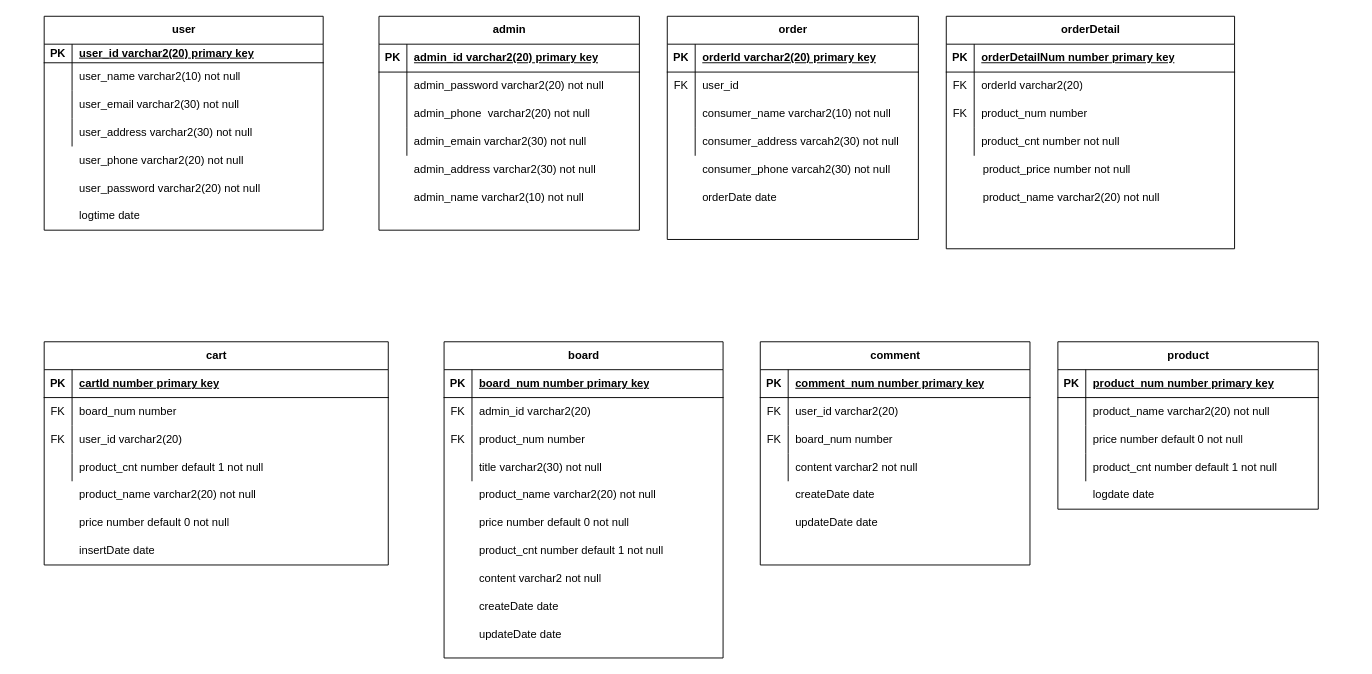
Earlier version of the draw.io diagram 제목 없는 다이어그램.drawio (jjh319/Homework). Source tidied: cells renumbered, new cells numbered last; positions are measured from the earlier drawing's top-left corner, leaving out a move shared by most shapes. Both pictures are drawn from the tidied source at 93%, with x=0, y=0 at pixel (16, 16).
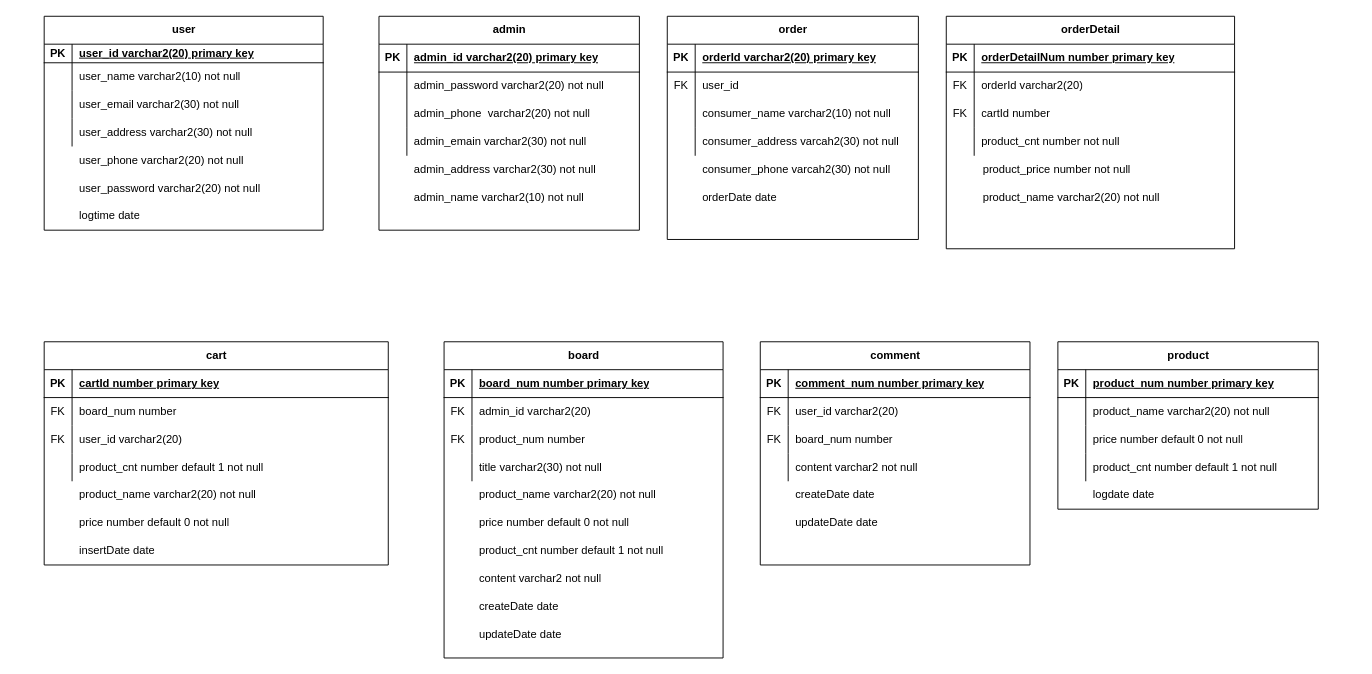
The same page after the edit.

Commit message:
테이블 설계 수정

Unchanged cells that the change refers to:
```xml
<mxCell id="51" style="shape=tableRow;horizontal=0;startSize=0;swimlaneHead=0;swimlaneBody=0;fillColor=none;top=0;left=0;right=0;bottom=0;" parent="44" vertex="1">
  <mxGeometry y="90" width="310" height="30" as="geometry" />
</mxCell>
```

The edit, as a diff of the source:
```diff
@@
-    <mxCell id="53" value="product_num number" style="shape=partialRectangle;fillColor=none;top=0;left=0;bottom=0;right=0;align=left;spacingLeft=6;overflow=hidden;whiteSpace=wrap;html=1;" parent="51" vertex="1">
+    <mxCell id="53" value="cartId number" style="shape=partialRectangle;fillColor=none;top=0;left=0;bottom=0;right=0;align=left;spacingLeft=6;overflow=hidden;whiteSpace=wrap;html=1;" parent="51" vertex="1">
       <mxGeometry x="30" width="280" height="30" as="geometry" />
     </mxCell>
```
